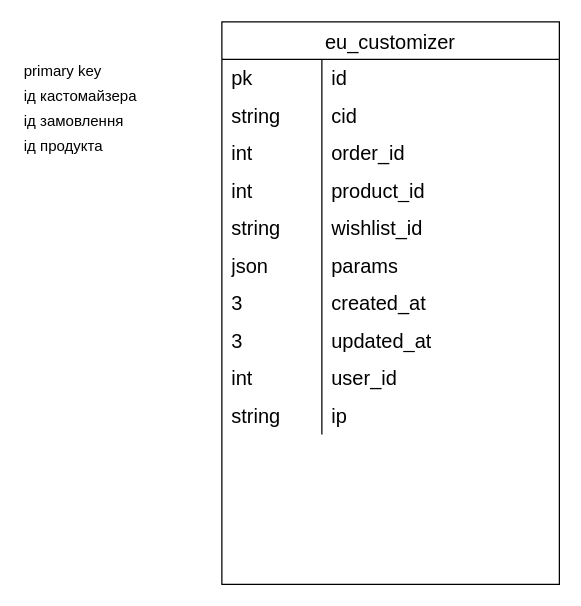
Before: DB.drawio in alexdev5/wp-freecalc, a draw.io diagram. Source tidied: cells renumbered, new cells numbered last; positions are measured from the earlier drawing's top-left corner, leaving out a move shared by most shapes. Both pictures are drawn from the tidied source at 125%, with x=0, y=0 at pixel (21, 21).
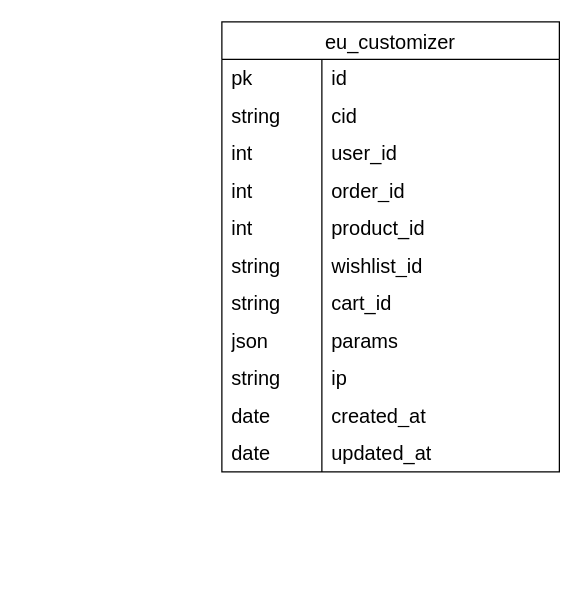
The same page after the edit.

Diff of the diagram source:
```diff
@@
-    <mxCell id="2" value="primary key" style="text;html=1;strokeColor=none;fillColor=none;align=left;verticalAlign=middle;whiteSpace=wrap;rounded=0;" parent="1" vertex="1">
-      <mxGeometry y="30" width="110" height="20" as="geometry" />
-    </mxCell>
-    <mxCell id="3" value="ід кастомайзера" style="text;html=1;strokeColor=none;fillColor=none;align=left;verticalAlign=middle;whiteSpace=wrap;rounded=0;" parent="1" vertex="1">
-      <mxGeometry y="50" width="110" height="20" as="geometry" />
-    </mxCell>
-    <mxCell id="4" value="ід замовлення" style="text;html=1;strokeColor=none;fillColor=none;align=left;verticalAlign=middle;whiteSpace=wrap;rounded=0;" parent="1" vertex="1">
-      <mxGeometry y="70" width="110" height="20" as="geometry" />
-    </mxCell>
-    <mxCell id="5" value="ід продукта" style="text;html=1;strokeColor=none;fillColor=none;align=left;verticalAlign=middle;whiteSpace=wrap;rounded=0;" parent="1" vertex="1">
-      <mxGeometry y="90" width="110" height="20" as="geometry" />
-    </mxCell>
     <mxCell id="6" value="eu_customizer" style="shape=table;startSize=30;childLayout=tableLayout;rowLines=0;fontStyle=0;strokeColor=default;fontSize=16;align=center;spacingLeft=0;" parent="1" vertex="1">
-      <mxGeometry x="160" width="270" height="450" as="geometry" />
+      <mxGeometry x="160" width="270" height="360" as="geometry" />
     </mxCell>
@@
+    <mxCell id="31" style="shape=tableRow;horizontal=0;startSize=0;swimlaneHead=0;swimlaneBody=0;top=0;left=0;bottom=0;right=0;fillColor=none;strokeColor=inherit;fontSize=16;align=left;spacingLeft=6;" parent="6" vertex="1">
+      <mxGeometry y="90" width="270" height="30" as="geometry" />
+    </mxCell>
+    <mxCell id="32" value="int" style="shape=partialRectangle;html=1;whiteSpace=wrap;fillColor=none;top=0;left=0;bottom=0;right=0;overflow=hidden;strokeColor=inherit;fontSize=16;align=left;spacingLeft=6;" parent="31" vertex="1">
+      <mxGeometry width="80" height="30" as="geometry" />
+    </mxCell>
+    <mxCell id="33" value="user_id" style="shape=partialRectangle;html=1;whiteSpace=wrap;fillColor=none;top=0;left=0;bottom=0;right=0;align=left;spacingLeft=6;overflow=hidden;strokeColor=inherit;fontSize=16;" parent="31" vertex="1">
+      <mxGeometry x="80" width="190" height="30" as="geometry" />
+    </mxCell>
     <mxCell id="13" style="shape=tableRow;horizontal=0;startSize=0;swimlaneHead=0;swimlaneBody=0;top=0;left=0;bottom=0;right=0;fillColor=none;strokeColor=inherit;fontSize=16;align=left;spacingLeft=6;" parent="6" vertex="1">
-      <mxGeometry y="90" width="270" height="30" as="geometry" />
+      <mxGeometry y="120" width="270" height="30" as="geometry" />
     </mxCell>
@@
     <mxCell id="16" style="shape=tableRow;horizontal=0;startSize=0;swimlaneHead=0;swimlaneBody=0;top=0;left=0;bottom=0;right=0;fillColor=none;strokeColor=inherit;fontSize=16;align=left;spacingLeft=6;" parent="6" vertex="1">
-      <mxGeometry y="120" width="270" height="30" as="geometry" />
+      <mxGeometry y="150" width="270" height="30" as="geometry" />
     </mxCell>
@@
     <mxCell id="19" style="shape=tableRow;horizontal=0;startSize=0;swimlaneHead=0;swimlaneBody=0;top=0;left=0;bottom=0;right=0;fillColor=none;strokeColor=inherit;fontSize=16;align=left;spacingLeft=6;" parent="6" vertex="1">
-      <mxGeometry y="150" width="270" height="30" as="geometry" />
+      <mxGeometry y="180" width="270" height="30" as="geometry" />
     </mxCell>
@@
+    <mxCell id="37" style="shape=tableRow;horizontal=0;startSize=0;swimlaneHead=0;swimlaneBody=0;top=0;left=0;bottom=0;right=0;fillColor=none;strokeColor=inherit;fontSize=16;align=left;spacingLeft=6;" parent="6" vertex="1">
+      <mxGeometry y="210" width="270" height="30" as="geometry" />
+    </mxCell>
+    <mxCell id="38" value="string" style="shape=partialRectangle;html=1;whiteSpace=wrap;fillColor=none;top=0;left=0;bottom=0;right=0;overflow=hidden;strokeColor=inherit;fontSize=16;align=left;spacingLeft=6;" parent="37" vertex="1">
+      <mxGeometry width="80" height="30" as="geometry" />
+    </mxCell>
+    <mxCell id="39" value="cart_id" style="shape=partialRectangle;html=1;whiteSpace=wrap;fillColor=none;top=0;left=0;bottom=0;right=0;align=left;spacingLeft=6;overflow=hidden;strokeColor=inherit;fontSize=16;" parent="37" vertex="1">
+      <mxGeometry x="80" width="190" height="30" as="geometry" />
+    </mxCell>
     <mxCell id="22" style="shape=tableRow;horizontal=0;startSize=0;swimlaneHead=0;swimlaneBody=0;top=0;left=0;bottom=0;right=0;fillColor=none;strokeColor=inherit;fontSize=16;align=left;spacingLeft=6;" parent="6" vertex="1">
-      <mxGeometry y="180" width="270" height="30" as="geometry" />
+      <mxGeometry y="240" width="270" height="30" as="geometry" />
     </mxCell>
@@
+    <mxCell id="34" style="shape=tableRow;horizontal=0;startSize=0;swimlaneHead=0;swimlaneBody=0;top=0;left=0;bottom=0;right=0;fillColor=none;strokeColor=inherit;fontSize=16;align=left;spacingLeft=6;" parent="6" vertex="1">
+      <mxGeometry y="270" width="270" height="30" as="geometry" />
+    </mxCell>
+    <mxCell id="35" value="string" style="shape=partialRectangle;html=1;whiteSpace=wrap;fillColor=none;top=0;left=0;bottom=0;right=0;overflow=hidden;strokeColor=inherit;fontSize=16;align=left;spacingLeft=6;" parent="34" vertex="1">
+      <mxGeometry width="80" height="30" as="geometry" />
+    </mxCell>
+    <mxCell id="36" value="ip" style="shape=partialRectangle;html=1;whiteSpace=wrap;fillColor=none;top=0;left=0;bottom=0;right=0;align=left;spacingLeft=6;overflow=hidden;strokeColor=inherit;fontSize=16;" parent="34" vertex="1">
+      <mxGeometry x="80" width="190" height="30" as="geometry" />
+    </mxCell>
     <mxCell id="25" style="shape=tableRow;horizontal=0;startSize=0;swimlaneHead=0;swimlaneBody=0;top=0;left=0;bottom=0;right=0;fillColor=none;strokeColor=inherit;fontSize=16;align=left;spacingLeft=6;" parent="6" vertex="1">
-      <mxGeometry y="210" width="270" height="30" as="geometry" />
+      <mxGeometry y="300" width="270" height="30" as="geometry" />
     </mxCell>
-    <mxCell id="26" value="3" style="shape=partialRectangle;html=1;whiteSpace=wrap;fillColor=none;top=0;left=0;bottom=0;right=0;overflow=hidden;strokeColor=inherit;fontSize=16;align=left;spacingLeft=6;" parent="25" vertex="1">
+    <mxCell id="26" value="date" style="shape=partialRectangle;html=1;whiteSpace=wrap;fillColor=none;top=0;left=0;bottom=0;right=0;overflow=hidden;strokeColor=inherit;fontSize=16;align=left;spacingLeft=6;" parent="25" vertex="1">
       <mxGeometry width="80" height="30" as="geometry" />
     </mxCell>
@@
     <mxCell id="28" style="shape=tableRow;horizontal=0;startSize=0;swimlaneHead=0;swimlaneBody=0;top=0;left=0;bottom=0;right=0;fillColor=none;strokeColor=inherit;fontSize=16;align=left;spacingLeft=6;" parent="6" vertex="1">
-      <mxGeometry y="240" width="270" height="30" as="geometry" />
+      <mxGeometry y="330" width="270" height="30" as="geometry" />
     </mxCell>
-    <mxCell id="29" value="3" style="shape=partialRectangle;html=1;whiteSpace=wrap;fillColor=none;top=0;left=0;bottom=0;right=0;overflow=hidden;strokeColor=inherit;fontSize=16;align=left;spacingLeft=6;" parent="28" vertex="1">
+    <mxCell id="29" value="date" style="shape=partialRectangle;html=1;whiteSpace=wrap;fillColor=none;top=0;left=0;bottom=0;right=0;overflow=hidden;strokeColor=inherit;fontSize=16;align=left;spacingLeft=6;" parent="28" vertex="1">
       <mxGeometry width="80" height="30" as="geometry" />
     </mxCell>
@@
-    <mxCell id="31" style="shape=tableRow;horizontal=0;startSize=0;swimlaneHead=0;swimlaneBody=0;top=0;left=0;bottom=0;right=0;fillColor=none;strokeColor=inherit;fontSize=16;align=left;spacingLeft=6;" parent="6" vertex="1">
-      <mxGeometry y="270" width="270" height="30" as="geometry" />
-    </mxCell>
-    <mxCell id="32" value="int" style="shape=partialRectangle;html=1;whiteSpace=wrap;fillColor=none;top=0;left=0;bottom=0;right=0;overflow=hidden;strokeColor=inherit;fontSize=16;align=left;spacingLeft=6;" parent="31" vertex="1">
-      <mxGeometry width="80" height="30" as="geometry" />
-    </mxCell>
-    <mxCell id="33" value="user_id" style="shape=partialRectangle;html=1;whiteSpace=wrap;fillColor=none;top=0;left=0;bottom=0;right=0;align=left;spacingLeft=6;overflow=hidden;strokeColor=inherit;fontSize=16;" parent="31" vertex="1">
-      <mxGeometry x="80" width="190" height="30" as="geometry" />
-    </mxCell>
-    <mxCell id="34" style="shape=tableRow;horizontal=0;startSize=0;swimlaneHead=0;swimlaneBody=0;top=0;left=0;bottom=0;right=0;fillColor=none;strokeColor=inherit;fontSize=16;align=left;spacingLeft=6;" parent="6" vertex="1">
-      <mxGeometry y="300" width="270" height="30" as="geometry" />
-    </mxCell>
-    <mxCell id="35" value="string" style="shape=partialRectangle;html=1;whiteSpace=wrap;fillColor=none;top=0;left=0;bottom=0;right=0;overflow=hidden;strokeColor=inherit;fontSize=16;align=left;spacingLeft=6;" parent="34" vertex="1">
-      <mxGeometry width="80" height="30" as="geometry" />
-    </mxCell>
-    <mxCell id="36" value="ip" style="shape=partialRectangle;html=1;whiteSpace=wrap;fillColor=none;top=0;left=0;bottom=0;right=0;align=left;spacingLeft=6;overflow=hidden;strokeColor=inherit;fontSize=16;" parent="34" vertex="1">
-      <mxGeometry x="80" width="190" height="30" as="geometry" />
-    </mxCell>
```
